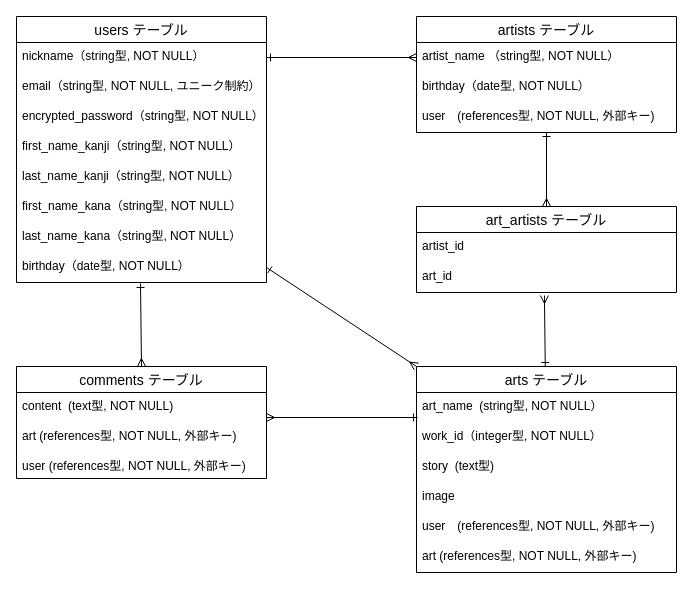
This is test.dio from Tanaka925/original_app, a draw.io file, before an edit. Source tidied: cells renumbered, new cells numbered last; positions are measured from the earlier drawing's top-left corner, leaving out a move shared by most shapes. Both pictures are drawn from the tidied source at 100%, with x=0, y=0 at pixel (16, 16).
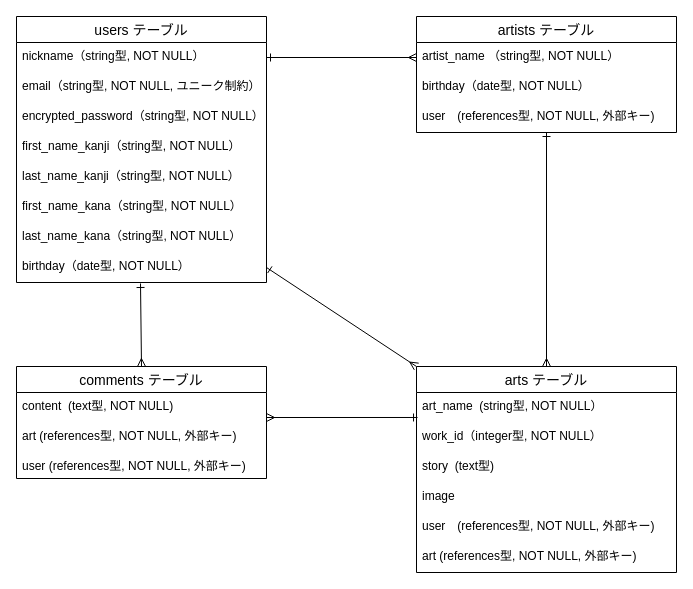
The same page after the edit.

The change refers to these unchanged cells:
```xml
<mxCell id="16" value="arts テーブル" style="swimlane;fontStyle=0;horizontal=1;startSize=26;align=center;fontSize=14;" parent="1" vertex="1">
  <mxGeometry x="400" y="350" width="260" height="206" as="geometry" />
</mxCell>
<mxCell id="26" value="user　(references型, NOT NULL, 外部キー)" style="text;strokeColor=none;fillColor=none;spacingLeft=4;spacingRight=4;overflow=hidden;points=[[0,0.5],[1,0.5]];portConstraint=eastwest;fontSize=12;" parent="23" vertex="1">
  <mxGeometry y="86" width="260" height="30" as="geometry" />
</mxCell>
```

What changed in the source:
```diff
@@
-    <mxCell id="30" value="art_artists テーブル" style="swimlane;fontStyle=0;horizontal=1;startSize=26;align=center;fontSize=14;" parent="1" vertex="1">
-      <mxGeometry x="400" y="190" width="260" height="86" as="geometry" />
-    </mxCell>
-    <mxCell id="31" value="artist_id" style="text;strokeColor=none;fillColor=none;spacingLeft=4;spacingRight=4;overflow=hidden;fontSize=12;" parent="30" vertex="1">
-      <mxGeometry y="26" width="260" height="30" as="geometry" />
-    </mxCell>
-    <mxCell id="32" value="art_id" style="text;strokeColor=none;fillColor=none;spacingLeft=4;spacingRight=4;overflow=hidden;points=[[0,0.5],[1,0.5]];portConstraint=eastwest;fontSize=12;" parent="30" vertex="1">
-      <mxGeometry y="56" width="260" height="30" as="geometry" />
-    </mxCell>
-    <mxCell id="33" style="edgeStyle=none;html=1;startArrow=ERone;startFill=0;endArrow=ERmany;endFill=0;entryX=0.492;entryY=1.1;entryDx=0;entryDy=0;entryPerimeter=0;" parent="1" edge="1" source="16" target="32">
-      <mxGeometry relative="1" as="geometry" />
-    </mxCell>
-    <mxCell id="34" style="edgeStyle=none;html=1;startArrow=ERone;startFill=0;endArrow=ERmany;endFill=0;entryX=0.5;entryY=0;entryDx=0;entryDy=0;" parent="1" edge="1" source="26" target="30">
+    <mxCell id="34" style="edgeStyle=none;html=1;startArrow=ERone;startFill=0;endArrow=ERmany;endFill=0;entryX=0.5;entryY=0;entryDx=0;entryDy=0;" parent="1" edge="1" source="26" target="16">
       <mxGeometry relative="1" as="geometry" />
     </mxCell>
```
